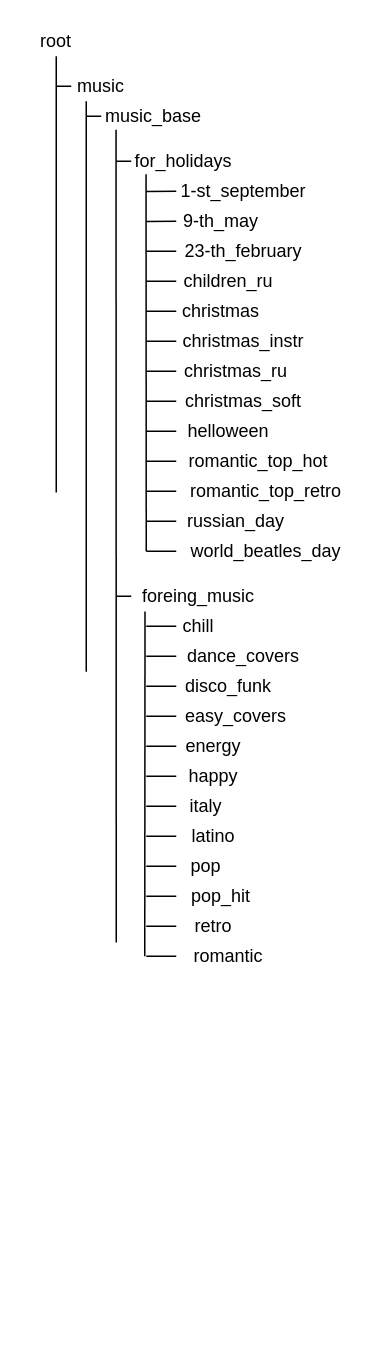
Before: data structure.drawio in lex1010011010/a1-network-map, a draw.io diagram. Source tidied: cells renumbered, new cells numbered last; positions are measured from the earlier drawing's top-left corner, leaving out a move shared by most shapes. Both pictures are drawn from the tidied source at 150%, with x=0, y=0 at pixel (26, 26).
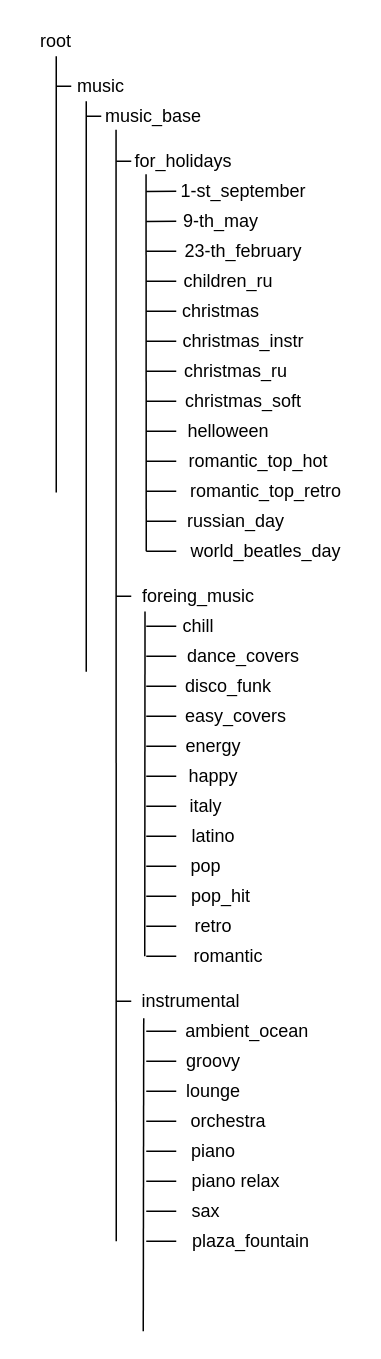
The same page after the edit.

Unchanged cells that the change refers to:
```xml
<mxCell id="7" value="music_base" style="text;html=1;strokeColor=none;fillColor=none;align=center;verticalAlign=middle;whiteSpace=wrap;rounded=0;" parent="1" vertex="1">
  <mxGeometry x="50" y="50" width="70" height="20" as="geometry" />
</mxCell>
```

Diff of the diagram source:
```diff
@@
     <mxCell id="10" style="endArrow=none;html=1;entryX=0.141;entryY=0.953;entryDx=0;entryDy=0;entryPerimeter=0;" parent="1" edge="1" target="7">
       <mxGeometry relative="1" as="geometry">
-        <mxPoint x="60" y="610.8" as="sourcePoint" />
+        <mxPoint x="60" y="810" as="sourcePoint" />
       </mxGeometry>
     </mxCell>
@@
+    <mxCell id="66" value="instrumental" style="text;html=1;strokeColor=none;fillColor=none;align=center;verticalAlign=middle;whiteSpace=wrap;rounded=0;" parent="1" vertex="1">
+      <mxGeometry x="70" y="640" width="80" height="20" as="geometry" />
+    </mxCell>
+    <mxCell id="67" style="endArrow=none;html=1;entryX=0;entryY=0.5;entryDx=0;entryDy=0;" parent="1" edge="1" target="66">
+      <mxGeometry relative="1" as="geometry">
+        <mxPoint x="60" y="650" as="sourcePoint" />
+      </mxGeometry>
+    </mxCell>
+    <mxCell id="68" style="endArrow=none;html=1;entryX=0.104;entryY=1.067;entryDx=0;entryDy=0;entryPerimeter=0;" parent="1" edge="1" target="66">
+      <mxGeometry relative="1" as="geometry">
+        <mxPoint x="78" y="870" as="sourcePoint" />
+      </mxGeometry>
+    </mxCell>
+    <mxCell id="69" value="ambient_ocean" style="text;html=1;strokeColor=none;fillColor=none;align=center;verticalAlign=middle;whiteSpace=wrap;rounded=0;" parent="1" vertex="1">
+      <mxGeometry x="100" y="660" width="95" height="20" as="geometry" />
+    </mxCell>
+    <mxCell id="70" value="groovy" style="text;html=1;strokeColor=none;fillColor=none;align=center;verticalAlign=middle;whiteSpace=wrap;rounded=0;" parent="1" vertex="1">
+      <mxGeometry x="100" y="680" width="50" height="20" as="geometry" />
+    </mxCell>
+    <mxCell id="71" value="lounge" style="text;html=1;strokeColor=none;fillColor=none;align=center;verticalAlign=middle;whiteSpace=wrap;rounded=0;" parent="1" vertex="1">
+      <mxGeometry x="100" y="700" width="50" height="20" as="geometry" />
+    </mxCell>
+    <mxCell id="72" value="orchestra" style="text;html=1;strokeColor=none;fillColor=none;align=center;verticalAlign=middle;whiteSpace=wrap;rounded=0;" parent="1" vertex="1">
+      <mxGeometry x="100" y="720" width="70" height="20" as="geometry" />
+    </mxCell>
+    <mxCell id="73" value="piano" style="text;html=1;strokeColor=none;fillColor=none;align=center;verticalAlign=middle;whiteSpace=wrap;rounded=0;" parent="1" vertex="1">
+      <mxGeometry x="100" y="740" width="50" height="20" as="geometry" />
+    </mxCell>
+    <mxCell id="74" value="piano relax" style="text;html=1;strokeColor=none;fillColor=none;align=center;verticalAlign=middle;whiteSpace=wrap;rounded=0;" parent="1" vertex="1">
+      <mxGeometry x="100" y="760" width="80" height="20" as="geometry" />
+    </mxCell>
+    <mxCell id="75" value="sax" style="text;html=1;strokeColor=none;fillColor=none;align=center;verticalAlign=middle;whiteSpace=wrap;rounded=0;" parent="1" vertex="1">
+      <mxGeometry x="100" y="780" width="40" height="20" as="geometry" />
+    </mxCell>
+    <mxCell id="76" value="plaza_fountain" style="text;html=1;strokeColor=none;fillColor=none;align=center;verticalAlign=middle;whiteSpace=wrap;rounded=0;" parent="1" vertex="1">
+      <mxGeometry x="100" y="800" width="100" height="20" as="geometry" />
+    </mxCell>
+    <mxCell id="77" style="endArrow=none;html=1;entryX=0;entryY=0.5;entryDx=0;entryDy=0;" parent="1" edge="1" target="69">
+      <mxGeometry relative="1" as="geometry">
+        <mxPoint x="80" y="670" as="sourcePoint" />
+      </mxGeometry>
+    </mxCell>
+    <mxCell id="78" style="endArrow=none;html=1;entryX=0;entryY=0.5;entryDx=0;entryDy=0;" parent="1" edge="1" target="70">
+      <mxGeometry relative="1" as="geometry">
+        <mxPoint x="80" y="690" as="sourcePoint" />
+      </mxGeometry>
+    </mxCell>
+    <mxCell id="79" style="endArrow=none;html=1;entryX=0;entryY=0.5;entryDx=0;entryDy=0;" parent="1" edge="1" target="71">
+      <mxGeometry relative="1" as="geometry">
+        <mxPoint x="80" y="710" as="sourcePoint" />
+      </mxGeometry>
+    </mxCell>
+    <mxCell id="80" style="endArrow=none;html=1;entryX=0;entryY=0.5;entryDx=0;entryDy=0;" parent="1" edge="1" target="72">
+      <mxGeometry relative="1" as="geometry">
+        <mxPoint x="80" y="730" as="sourcePoint" />
+      </mxGeometry>
+    </mxCell>
+    <mxCell id="81" style="endArrow=none;html=1;entryX=0;entryY=0.5;entryDx=0;entryDy=0;" parent="1" edge="1" target="73">
+      <mxGeometry relative="1" as="geometry">
+        <mxPoint x="80" y="750" as="sourcePoint" />
+      </mxGeometry>
+    </mxCell>
+    <mxCell id="82" style="endArrow=none;html=1;entryX=0;entryY=0.5;entryDx=0;entryDy=0;" parent="1" edge="1" target="74">
+      <mxGeometry relative="1" as="geometry">
+        <mxPoint x="80" y="770" as="sourcePoint" />
+      </mxGeometry>
+    </mxCell>
+    <mxCell id="83" style="endArrow=none;html=1;entryX=0;entryY=0.5;entryDx=0;entryDy=0;" parent="1" edge="1" target="75">
+      <mxGeometry relative="1" as="geometry">
+        <mxPoint x="80" y="790" as="sourcePoint" />
+      </mxGeometry>
+    </mxCell>
+    <mxCell id="84" style="endArrow=none;html=1;entryX=0;entryY=0.5;entryDx=0;entryDy=0;" parent="1" edge="1" target="76">
+      <mxGeometry relative="1" as="geometry">
+        <mxPoint x="80" y="810" as="sourcePoint" />
+      </mxGeometry>
+    </mxCell>
```
